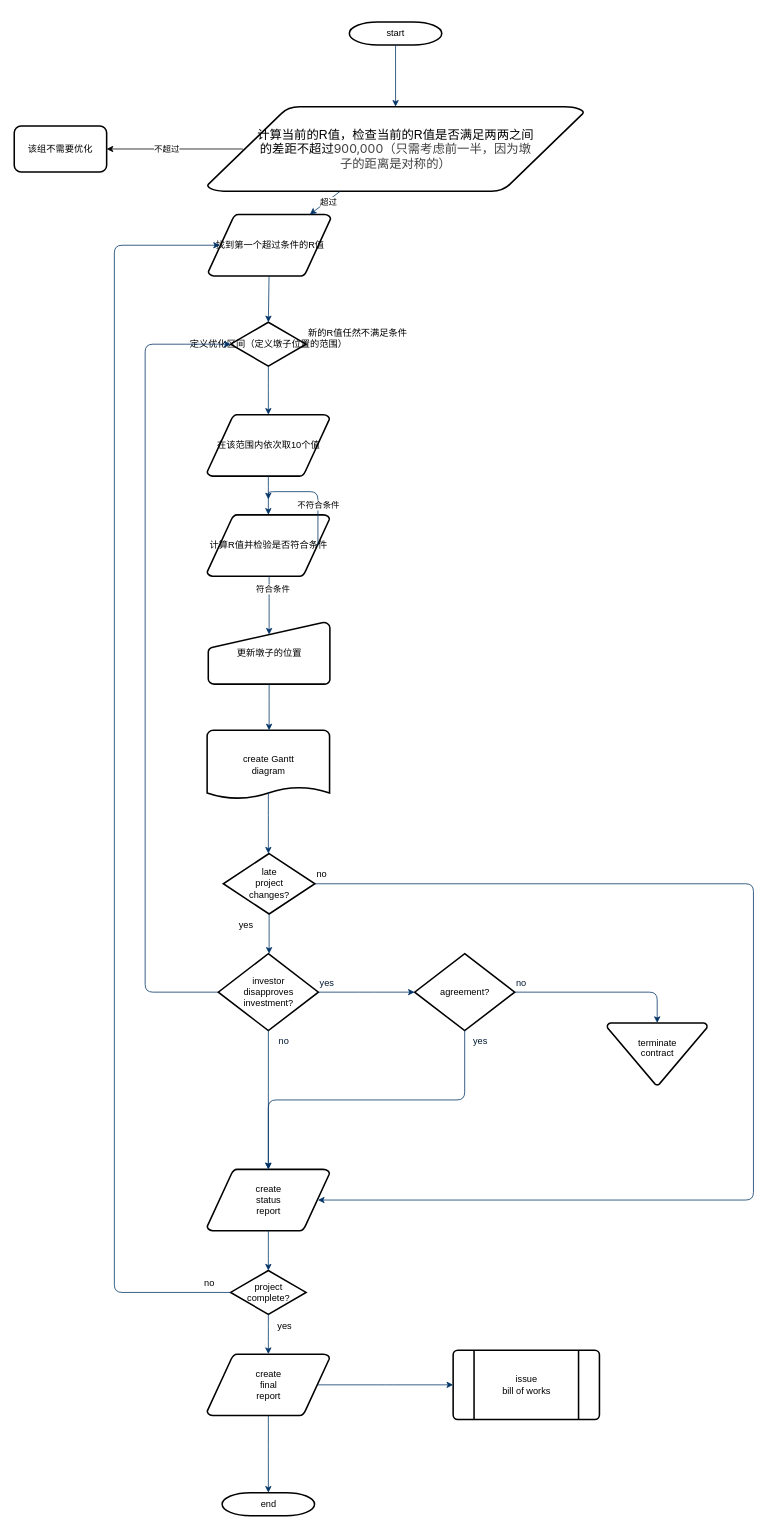
Above: picture/optimization.drawio in Twenty-Gao/Twenty-Gao (draw.io), before the change. Source tidied: cells renumbered, new cells numbered last; positions are measured from the earlier drawing's top-left corner, leaving out a move shared by most shapes. Both pictures are drawn from the tidied source at 77%, with x=0, y=0 at pixel (14, 22).
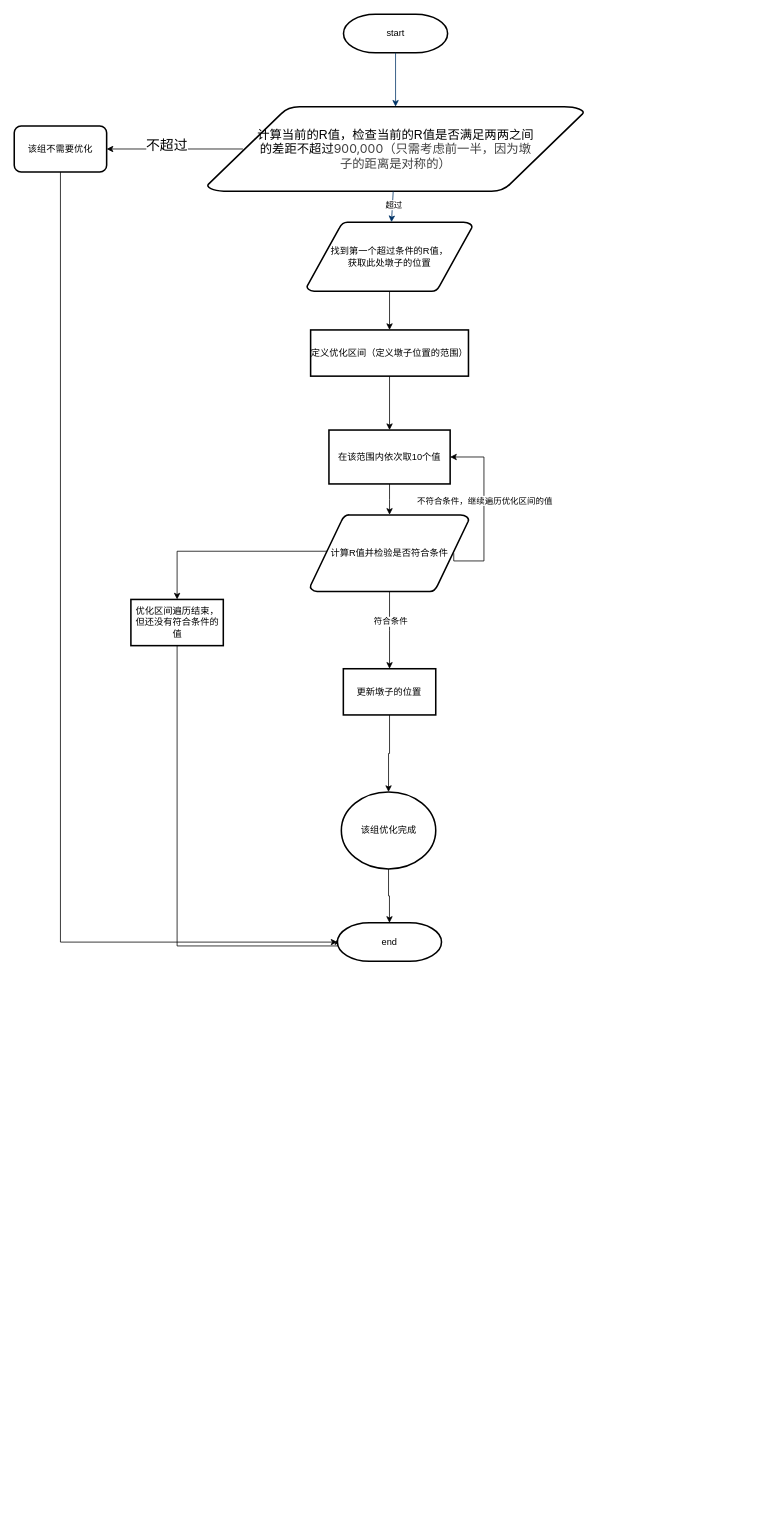
Above is the later version.

The change refers to these unchanged cells:
```xml
<mxCell id="3" style="edgeStyle=orthogonalEdgeStyle;rounded=0;jettySize=auto;html=1;exitX=0.095;exitY=0.5;exitDx=0;exitDy=0;exitPerimeter=0;" parent="1" edge="1" source="5" target="56">
  <mxGeometry relative="1" as="geometry" />
</mxCell>
```

Change to the diagram source:
```diff
@@
     <mxCell id="2" value="start" style="shape=mxgraph.flowchart.terminator;strokeWidth=2;gradientColor=none;gradientDirection=north;fontStyle=0;html=1;" parent="1" vertex="1">
-      <mxGeometry x="435.2" width="120" height="30" as="geometry" />
+      <mxGeometry x="427.6" y="-10" width="135.2" height="50" as="geometry" />
     </mxCell>
@@
-    <mxCell id="4" value="不超过" style="edgeLabel;html=1;align=center;verticalAlign=middle;" parent="3" vertex="1">
-      <mxGeometry x="0.13" y="-1" relative="1" as="geometry" />
+    <mxCell id="4" value="&lt;font style=&quot;font-size: 18px;&quot;&gt;不超过&lt;/font&gt;" style="edgeLabel;html=1;align=center;verticalAlign=middle;" parent="3" vertex="1">
+      <mxGeometry x="0.13" y="-1" relative="1" as="geometry">
+        <mxPoint y="-4" as="offset" />
+      </mxGeometry>
     </mxCell>
@@
-    <mxCell id="6" value="在该范围内依次取10个值" style="shape=mxgraph.flowchart.data;strokeWidth=2;gradientColor=none;gradientDirection=north;fontStyle=0;html=1;" parent="1" vertex="1">
-      <mxGeometry x="250.5" y="510" width="159" height="80" as="geometry" />
-    </mxCell>
+    <mxCell id="12" style="edgeStyle=orthogonalEdgeStyle;rounded=0;jettySize=auto;html=1;" parent="1" edge="1" source="7" target="8">
+      <mxGeometry relative="1" as="geometry" />
+    </mxCell>
-    <mxCell id="7" value="找到第一个超过条件的R值" style="shape=mxgraph.flowchart.data;strokeWidth=2;gradientColor=none;gradientDirection=north;fontStyle=0;html=1;" parent="1" vertex="1">
-      <mxGeometry x="252" y="250" width="159" height="80" as="geometry" />
+    <mxCell id="7" value="找到第一个超过条件的R值，&lt;div&gt;获取此处墩子的位置&lt;/div&gt;" style="shape=mxgraph.flowchart.data;strokeWidth=2;gradientColor=none;gradientDirection=north;fontStyle=0;html=1;" parent="1" vertex="1">
+      <mxGeometry x="380" y="260" width="214.8" height="90" as="geometry" />
     </mxCell>
-    <mxCell id="8" value="定义优化区间（定义墩子位置的范围）" style="shape=mxgraph.flowchart.decision;strokeWidth=2;gradientColor=none;gradientDirection=north;fontStyle=0;html=1;" parent="1" vertex="1">
-      <mxGeometry x="281" y="390" width="98" height="57" as="geometry" />
-    </mxCell>
@@
-    <mxCell id="12" style="entryX=0.5;entryY=0;entryPerimeter=0;fontStyle=1;strokeColor=#003366;strokeWidth=1;html=1;" parent="1" edge="1" source="7" target="8">
-      <mxGeometry relative="1" as="geometry" />
-    </mxCell>
-    <mxCell id="13" value="&lt;div&gt;&lt;br&gt;&lt;/div&gt;&lt;div&gt;&lt;br&gt;&lt;/div&gt;" style="edgeLabel;html=1;align=center;verticalAlign=middle;" parent="12" vertex="1">
-      <mxGeometry x="-0.03" y="-1" relative="1" as="geometry" />
-    </mxCell>
-    <mxCell id="14" value="&lt;div&gt;&lt;br&gt;&lt;/div&gt;&lt;div&gt;&lt;br&gt;&lt;/div&gt;" style="edgeLabel;html=1;align=center;verticalAlign=middle;" parent="12" vertex="1">
-      <mxGeometry x="-0.03" y="7" relative="1" as="geometry" />
-    </mxCell>
-    <mxCell id="15" value="新的R值任然不满足条件" style="text;fontStyle=0;html=1;strokeColor=none;gradientColor=none;fillColor=none;strokeWidth=2;" parent="1" vertex="1">
-      <mxGeometry x="380" y="390" width="40" height="26" as="geometry" />
-    </mxCell>
-    <mxCell id="16" style="edgeStyle=elbowEdgeStyle;elbow=horizontal;fontColor=#001933;fontStyle=1;strokeColor=#003366;strokeWidth=1;html=1;" parent="1" edge="1" source="8" target="6">
-      <mxGeometry as="geometry" />
-    </mxCell>
-    <mxCell id="17" value="计算R值并检验是否符合条件" style="shape=mxgraph.flowchart.data;strokeWidth=2;gradientColor=none;gradientDirection=north;fontStyle=0;html=1;" parent="1" vertex="1">
-      <mxGeometry x="250.5" y="640" width="159" height="80" as="geometry" />
-    </mxCell>
-    <mxCell id="18" style="edgeStyle=elbowEdgeStyle;elbow=vertical;fontStyle=1;strokeColor=#003366;strokeWidth=1;html=1;" parent="1" edge="1" source="6" target="17">
-      <mxGeometry as="geometry" />
-    </mxCell>
-    <mxCell id="19" style="edgeStyle=elbowEdgeStyle;elbow=vertical;exitX=0.905;exitY=0.5;exitPerimeter=0;fontStyle=1;strokeColor=#003366;strokeWidth=1;html=1;" parent="1" edge="1" source="17">
-      <mxGeometry as="geometry">
-        <mxPoint x="330" y="620" as="targetPoint" />
-        <Array as="points">
-          <mxPoint x="600" y="610" />
-        </Array>
-      </mxGeometry>
-    </mxCell>
-    <mxCell id="20" value="不符合条件" style="edgeLabel;html=1;align=center;verticalAlign=middle;" parent="19" vertex="1">
-      <mxGeometry relative="1" as="geometry">
-        <mxPoint x="2" y="17" as="offset" />
-      </mxGeometry>
-    </mxCell>
-    <mxCell id="21" value="更新墩子的位置" style="shape=mxgraph.flowchart.manual_input;strokeWidth=2;gradientColor=none;gradientDirection=north;fontStyle=0;html=1;" parent="1" vertex="1">
-      <mxGeometry x="252" y="780" width="158" height="80" as="geometry" />
-    </mxCell>
-    <mxCell id="22" style="edgeStyle=elbowEdgeStyle;elbow=horizontal;entryX=0.5;entryY=0.195;entryPerimeter=0;fontStyle=1;strokeColor=#003366;strokeWidth=1;html=1;" parent="1" edge="1" source="17" target="21">
-      <mxGeometry as="geometry" />
+    <mxCell id="22" style="edgeStyle=orthogonalEdgeStyle;rounded=0;jettySize=auto;html=1;" parent="1" edge="1" source="17" target="21">
+      <mxGeometry relative="1" as="geometry" />
     </mxCell>
     <mxCell id="23" value="符合条件" style="edgeLabel;html=1;align=center;verticalAlign=middle;" parent="22" vertex="1">
-      <mxGeometry relative="1" as="geometry">
-        <mxPoint x="4" y="-22" as="offset" />
-      </mxGeometry>
+      <mxGeometry x="-0.25" y="1" relative="1" as="geometry" />
     </mxCell>
-    <mxCell id="24" value="create Gantt&#10;diagram" style="shape=mxgraph.flowchart.document;strokeWidth=2;gradientColor=none;gradientDirection=north;fontStyle=0;html=1;" parent="1" vertex="1">
-      <mxGeometry x="250.5" y="920" width="159" height="90" as="geometry" />
-    </mxCell>
-    <mxCell id="25" style="edgeStyle=elbowEdgeStyle;elbow=horizontal;exitX=0.5;exitY=1;exitPerimeter=0;fontStyle=1;strokeColor=#003366;strokeWidth=1;html=1;" parent="1" edge="1" source="21" target="24">
-      <mxGeometry as="geometry" />
-    </mxCell>
-    <mxCell id="26" value="late&#10;project&#10;changes?" style="shape=mxgraph.flowchart.decision;strokeWidth=2;gradientColor=none;gradientDirection=north;fontStyle=0;html=1;" parent="1" vertex="1">
-      <mxGeometry x="271.5" y="1080" width="119" height="78.5" as="geometry" />
-    </mxCell>
-    <mxCell id="27" style="edgeStyle=elbowEdgeStyle;elbow=horizontal;exitX=0.5;exitY=0.9;exitPerimeter=0;fontStyle=1;strokeColor=#003366;strokeWidth=1;html=1;" parent="1" edge="1" source="24" target="26">
-      <mxGeometry as="geometry" />
-    </mxCell>
-    <mxCell id="28" style="edgeStyle=elbowEdgeStyle;elbow=horizontal;exitX=0;exitY=0.5;exitPerimeter=0;entryX=0;entryY=0.5;entryPerimeter=0;fontStyle=1;strokeColor=#003366;strokeWidth=1;html=1;" parent="1" edge="1" source="30" target="8">
-      <mxGeometry as="geometry">
-        <Array as="points">
-          <mxPoint x="170" y="850" />
-        </Array>
-      </mxGeometry>
-    </mxCell>
-    <mxCell id="29" value="yes" style="text;fontStyle=0;html=1;strokeColor=none;gradientColor=none;fillColor=none;strokeWidth=2;" parent="1" vertex="1">
-      <mxGeometry x="290" y="1158.5" width="40" height="26" as="geometry" />
-    </mxCell>
-    <mxCell id="30" value="investor&#10;disapproves&#10; investment?" style="shape=mxgraph.flowchart.decision;strokeWidth=2;gradientColor=none;gradientDirection=north;fontStyle=0;html=1;" parent="1" vertex="1">
-      <mxGeometry x="265" y="1210" width="130" height="100" as="geometry" />
-    </mxCell>
-    <mxCell id="31" value="agreement?" style="shape=mxgraph.flowchart.decision;strokeWidth=2;gradientColor=none;gradientDirection=north;fontStyle=0;html=1;" parent="1" vertex="1">
-      <mxGeometry x="520" y="1210" width="130" height="100" as="geometry" />
-    </mxCell>
-    <mxCell id="32" style="edgeStyle=elbowEdgeStyle;elbow=horizontal;exitX=0.5;exitY=1;exitPerimeter=0;fontStyle=1;strokeColor=#003366;strokeWidth=1;html=1;" parent="1" edge="1" source="26" target="30">
-      <mxGeometry as="geometry" />
-    </mxCell>
-    <mxCell id="33" style="edgeStyle=elbowEdgeStyle;elbow=horizontal;exitX=1;exitY=0.5;exitPerimeter=0;entryX=0;entryY=0.5;entryPerimeter=0;fontStyle=1;strokeColor=#003366;strokeWidth=1;html=1;" parent="1" edge="1" source="30" target="31">
-      <mxGeometry as="geometry" />
-    </mxCell>
-    <mxCell id="34" value="terminate&#10;contract&#10;" style="shape=mxgraph.flowchart.merge_or_storage;strokeWidth=2;gradientColor=none;gradientDirection=north;fontStyle=0;html=1;" parent="1" vertex="1">
-      <mxGeometry x="770" y="1300" width="130" height="80.5" as="geometry" />
-    </mxCell>
-    <mxCell id="35" style="edgeStyle=elbowEdgeStyle;elbow=vertical;exitX=1;exitY=0.5;exitPerimeter=0;entryX=0.5;entryY=0;entryPerimeter=0;fontStyle=1;strokeColor=#003366;strokeWidth=1;html=1;" parent="1" edge="1" source="31" target="34">
-      <mxGeometry as="geometry">
-        <Array as="points">
-          <mxPoint x="750" y="1260" />
-        </Array>
-      </mxGeometry>
-    </mxCell>
-    <mxCell id="36" value="create&#10;status&#10;report" style="shape=mxgraph.flowchart.data;strokeWidth=2;gradientColor=none;gradientDirection=north;fontStyle=0;html=1;" parent="1" vertex="1">
-      <mxGeometry x="250.5" y="1490" width="159" height="80" as="geometry" />
-    </mxCell>
-    <mxCell id="37" style="edgeStyle=elbowEdgeStyle;elbow=vertical;exitX=0.5;exitY=1;exitPerimeter=0;fontColor=#001933;fontStyle=1;strokeColor=#003366;strokeWidth=1;html=1;" parent="1" edge="1" source="30" target="36">
-      <mxGeometry as="geometry" />
-    </mxCell>
-    <mxCell id="38" style="edgeStyle=elbowEdgeStyle;elbow=vertical;exitX=0.5;exitY=1;exitPerimeter=0;entryX=0.5;entryY=0;entryPerimeter=0;fontStyle=1;strokeColor=#003366;strokeWidth=1;html=1;" parent="1" edge="1" source="31" target="36">
-      <mxGeometry as="geometry" />
-    </mxCell>
-    <mxCell id="39" value="project&#10;complete?" style="shape=mxgraph.flowchart.decision;strokeWidth=2;gradientColor=none;gradientDirection=north;fontStyle=0;html=1;" parent="1" vertex="1">
-      <mxGeometry x="281" y="1621.5" width="98" height="57" as="geometry" />
-    </mxCell>
-    <mxCell id="40" value="create&#10;final&#10;report" style="shape=mxgraph.flowchart.data;strokeWidth=2;gradientColor=none;gradientDirection=north;fontStyle=0;html=1;" parent="1" vertex="1">
-      <mxGeometry x="250.5" y="1730" width="159" height="80" as="geometry" />
-    </mxCell>
-    <mxCell id="41" value="issue&#10;bill of works" style="shape=mxgraph.flowchart.predefined_process;strokeWidth=2;gradientColor=none;gradientDirection=north;fontStyle=0;html=1;" parent="1" vertex="1">
-      <mxGeometry x="570" y="1725" width="190" height="90" as="geometry" />
-    </mxCell>
+    <mxCell id="57" style="edgeStyle=orthogonalEdgeStyle;rounded=0;jettySize=auto;html=1;exitX=0.905;exitY=0.5;exitDx=0;exitDy=0;exitPerimeter=0;entryX=1;entryY=0.5;entryDx=0;entryDy=0;" parent="1" edge="1" source="17" target="6">
+      <mxGeometry relative="1" as="geometry">
+        <Array as="points">
+          <mxPoint x="571" y="700" />
+          <mxPoint x="610" y="700" />
+          <mxPoint x="610" y="565" />
+        </Array>
+      </mxGeometry>
+    </mxCell>
+    <mxCell id="58" value="不符合条件，继续遍历优化区间的值" style="edgeLabel;html=1;align=center;verticalAlign=middle;" parent="57" vertex="1">
+      <mxGeometry x="0.28" relative="1" as="geometry">
+        <mxPoint y="18" as="offset" />
+      </mxGeometry>
+    </mxCell>
+    <mxCell id="59" style="edgeStyle=orthogonalEdgeStyle;rounded=0;jettySize=auto;html=1;exitX=0.152;exitY=0.474;exitDx=0;exitDy=0;exitPerimeter=0;" parent="1" edge="1" source="17" target="62">
+      <mxGeometry relative="1" as="geometry" />
+    </mxCell>
+    <mxCell id="17" value="计算R值并检验是否符合条件" style="shape=mxgraph.flowchart.data;strokeWidth=2;gradientColor=none;gradientDirection=north;fontStyle=0;html=1;" parent="1" vertex="1">
+      <mxGeometry x="384.3" y="640" width="206.1" height="100" as="geometry" />
+    </mxCell>
+    <mxCell id="56" value="该组不需要优化" style="rounded=1;whiteSpace=wrap;html=1;strokeWidth=2;gradientColor=none;gradientDirection=north;fontStyle=0;" parent="1" vertex="1">
+      <mxGeometry y="135" width="120" height="60" as="geometry" />
+    </mxCell>
+    <mxCell id="16" style="edgeStyle=orthogonalEdgeStyle;rounded=0;jettySize=auto;html=1;" parent="1" edge="1" source="8" target="6">
+      <mxGeometry relative="1" as="geometry" />
+    </mxCell>
+    <mxCell id="8" value="&lt;span style=&quot;text-wrap-mode: nowrap;&quot;&gt;定义优化区间（定义墩子位置的范围）&lt;/span&gt;" style="whiteSpace=wrap;html=1;strokeWidth=2;gradientColor=none;gradientDirection=north;fontStyle=0;" parent="1" vertex="1">
+      <mxGeometry x="384.9" y="400" width="205" height="60" as="geometry" />
+    </mxCell>
+    <mxCell id="18" style="edgeStyle=orthogonalEdgeStyle;rounded=0;jettySize=auto;html=1;" parent="1" edge="1" source="6" target="17">
+      <mxGeometry relative="1" as="geometry" />
+    </mxCell>
+    <mxCell id="6" value="&lt;span style=&quot;text-wrap-mode: nowrap;&quot;&gt;在该范围内依次取10个值&lt;/span&gt;" style="whiteSpace=wrap;html=1;strokeWidth=2;gradientColor=none;gradientDirection=north;fontStyle=0;" parent="1" vertex="1">
+      <mxGeometry x="408.7" y="530" width="157.4" height="70" as="geometry" />
+    </mxCell>
+    <mxCell id="60" style="edgeStyle=orthogonalEdgeStyle;rounded=0;jettySize=auto;html=1;" parent="1" edge="1" source="21" target="63">
+      <mxGeometry relative="1" as="geometry" />
+    </mxCell>
+    <mxCell id="21" value="&lt;span style=&quot;text-wrap-mode: nowrap;&quot;&gt;更新墩子的位置&lt;/span&gt;" style="whiteSpace=wrap;html=1;strokeWidth=2;gradientColor=none;gradientDirection=north;fontStyle=0;" parent="1" vertex="1">
+      <mxGeometry x="427.4" y="840" width="120" height="60" as="geometry" />
+    </mxCell>
+    <mxCell id="61" style="edgeStyle=orthogonalEdgeStyle;rounded=0;jettySize=auto;html=1;exitX=0.5;exitY=1;exitDx=0;exitDy=0;" parent="1" edge="1" source="62">
+      <mxGeometry relative="1" as="geometry">
+        <mxPoint x="420" y="1190" as="targetPoint" />
+        <Array as="points">
+          <mxPoint x="212" y="1200" />
+          <mxPoint x="420" y="1200" />
+        </Array>
+      </mxGeometry>
+    </mxCell>
+    <mxCell id="62" value="优化区间遍历结束，但还没有符合条件的值" style="whiteSpace=wrap;html=1;strokeWidth=2;gradientColor=none;gradientDirection=north;fontStyle=0;" parent="1" vertex="1">
+      <mxGeometry x="151.5" y="750" width="120" height="60" as="geometry" />
+    </mxCell>
+    <mxCell id="63" value="该组优化完成" style="ellipse;whiteSpace=wrap;html=1;strokeWidth=2;gradientColor=none;gradientDirection=north;fontStyle=0;" parent="1" vertex="1">
+      <mxGeometry x="424.8" y="1000" width="122.6" height="100" as="geometry" />
+    </mxCell>
     <mxCell id="42" value="end" style="shape=mxgraph.flowchart.terminator;strokeWidth=2;gradientColor=none;gradientDirection=north;fontStyle=0;html=1;" parent="1" vertex="1">
-      <mxGeometry x="270" y="1910" width="120" height="30" as="geometry" />
+      <mxGeometry x="419.7" y="1170" width="135.2" height="50" as="geometry" />
     </mxCell>
-    <mxCell id="43" style="edgeStyle=elbowEdgeStyle;elbow=vertical;exitX=0.5;exitY=1;exitPerimeter=0;entryX=0.5;entryY=0;entryPerimeter=0;fontStyle=1;strokeColor=#003366;strokeWidth=1;html=1;" parent="1" edge="1" source="36" target="39">
-      <mxGeometry as="geometry" />
-    </mxCell>
-    <mxCell id="44" style="edgeStyle=elbowEdgeStyle;elbow=vertical;exitX=0.5;exitY=1;exitPerimeter=0;entryX=0.5;entryY=0;entryPerimeter=0;fontStyle=1;strokeColor=#003366;strokeWidth=1;html=1;" parent="1" edge="1" source="39" target="40">
-      <mxGeometry as="geometry" />
-    </mxCell>
-    <mxCell id="45" style="edgeStyle=elbowEdgeStyle;elbow=vertical;exitX=0.5;exitY=1;exitPerimeter=0;entryX=0.5;entryY=0;entryPerimeter=0;fontStyle=1;strokeColor=#003366;strokeWidth=1;html=1;" parent="1" edge="1" source="40" target="42">
-      <mxGeometry as="geometry" />
-    </mxCell>
-    <mxCell id="46" style="edgeStyle=elbowEdgeStyle;elbow=vertical;exitX=0.905;exitY=0.5;exitPerimeter=0;entryX=0;entryY=0.5;entryPerimeter=0;fontStyle=1;strokeColor=#003366;strokeWidth=1;html=1;" parent="1" edge="1" source="40" target="41">
-      <mxGeometry as="geometry" />
-    </mxCell>
-    <mxCell id="47" style="edgeStyle=elbowEdgeStyle;elbow=horizontal;exitX=1;exitY=0.5;exitPerimeter=0;entryX=0.905;entryY=0.5;entryPerimeter=0;fontStyle=1;strokeColor=#003366;strokeWidth=1;html=1;" parent="1" edge="1" source="26" target="36">
-      <mxGeometry as="geometry">
-        <Array as="points">
-          <mxPoint x="960" y="1320" />
-        </Array>
-      </mxGeometry>
-    </mxCell>
-    <mxCell id="48" value="no" style="text;fontStyle=0;html=1;strokeColor=none;gradientColor=none;fillColor=none;strokeWidth=2;" parent="1" vertex="1">
-      <mxGeometry x="390.5" y="1093.2" width="40" height="26" as="geometry" />
-    </mxCell>
-    <mxCell id="49" value="yes" style="text;fontColor=#001933;fontStyle=0;html=1;strokeColor=none;gradientColor=none;fillColor=none;strokeWidth=2;" parent="1" vertex="1">
-      <mxGeometry x="395" y="1234" width="40" height="26" as="geometry" />
-    </mxCell>
-    <mxCell id="50" value="no" style="text;fontColor=#001933;fontStyle=0;html=1;strokeColor=none;gradientColor=none;fillColor=none;strokeWidth=2;align=center;" parent="1" vertex="1">
-      <mxGeometry x="330" y="1310" width="40" height="26" as="geometry" />
-    </mxCell>
-    <mxCell id="51" value="yes" style="text;fontColor=#001933;fontStyle=0;html=1;strokeColor=none;gradientColor=none;fillColor=none;strokeWidth=2;align=center;" parent="1" vertex="1">
-      <mxGeometry x="585" y="1310" width="40" height="26" as="geometry" />
-    </mxCell>
-    <mxCell id="52" value="no" style="text;fontColor=#001933;fontStyle=0;html=1;strokeColor=none;gradientColor=none;fillColor=none;strokeWidth=2;" parent="1" vertex="1">
-      <mxGeometry x="650" y="1234" width="40" height="26" as="geometry" />
-    </mxCell>
-    <mxCell id="53" value="yes" style="text;fontStyle=0;html=1;strokeColor=none;gradientColor=none;fillColor=none;strokeWidth=2;align=center;" parent="1" vertex="1">
-      <mxGeometry x="331" y="1680" width="40" height="26" as="geometry" />
-    </mxCell>
-    <mxCell id="54" style="edgeStyle=elbowEdgeStyle;elbow=horizontal;exitX=0;exitY=0.5;exitPerimeter=0;entryX=0.095;entryY=0.5;entryPerimeter=0;fontStyle=1;strokeColor=#003366;strokeWidth=1;html=1;" parent="1" edge="1" source="39" target="7">
-      <mxGeometry as="geometry">
-        <Array as="points">
-          <mxPoint x="130" y="970" />
-        </Array>
-      </mxGeometry>
-    </mxCell>
-    <mxCell id="55" value="no" style="text;fontStyle=0;html=1;strokeColor=none;gradientColor=none;fillColor=none;strokeWidth=2;" parent="1" vertex="1">
-      <mxGeometry x="245" y="1624" width="40" height="26" as="geometry" />
-    </mxCell>
-    <mxCell id="56" value="该组不需要优化" style="rounded=1;whiteSpace=wrap;html=1;strokeWidth=2;gradientColor=none;gradientDirection=north;fontStyle=0;" parent="1" vertex="1">
-      <mxGeometry y="135" width="120" height="60" as="geometry" />
-    </mxCell>
+    <mxCell id="64" style="edgeStyle=orthogonalEdgeStyle;rounded=0;jettySize=auto;html=1;exitX=0.5;exitY=1;exitDx=0;exitDy=0;entryX=0.5;entryY=0;entryDx=0;entryDy=0;entryPerimeter=0;" parent="1" edge="1" source="63" target="42">
+      <mxGeometry relative="1" as="geometry" />
+    </mxCell>
+    <mxCell id="65" style="edgeStyle=orthogonalEdgeStyle;rounded=0;jettySize=auto;html=1;exitX=0.5;exitY=1;exitDx=0;exitDy=0;entryX=0;entryY=0.5;entryDx=0;entryDy=0;entryPerimeter=0;" parent="1" edge="1" source="56" target="42">
+      <mxGeometry relative="1" as="geometry" />
+    </mxCell>
```
